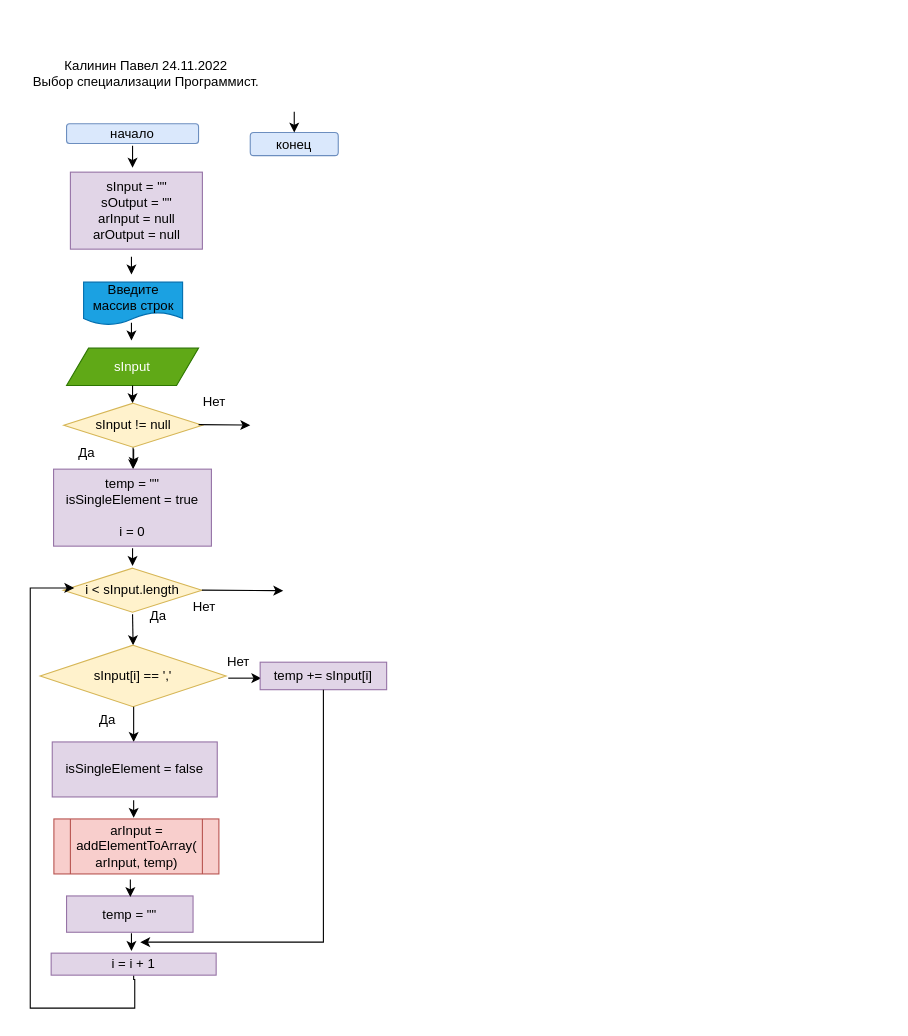
Above: Выбор специализации.drawio in KalininPavel74/ChoosingSpecialization (draw.io), before the change. Source tidied: cells renumbered, new cells numbered last; positions are measured from the earlier drawing's top-left corner, leaving out a move shared by most shapes. Both pictures are drawn from the tidied source at 110%, with x=0, y=0 at pixel (19, 19).
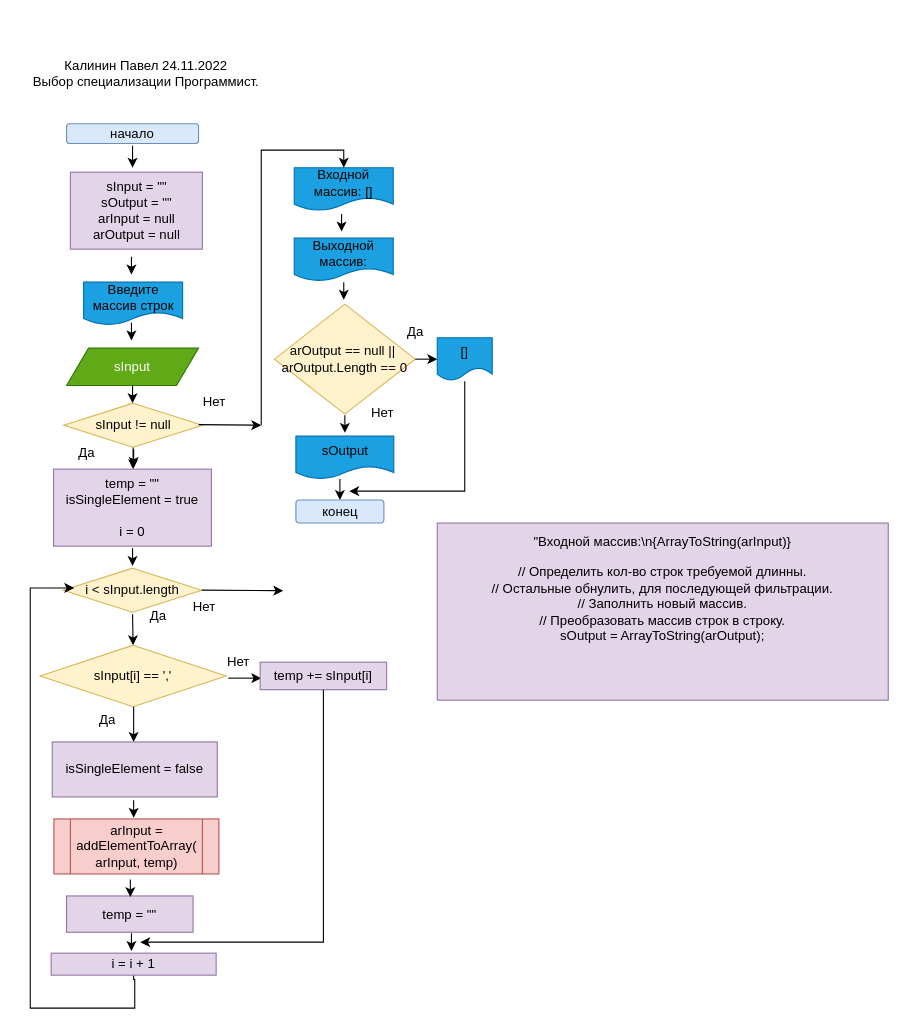
After the change.

Diff of the diagram source:
```diff
@@
     <mxCell id="6" value="конец" style="rounded=1;whiteSpace=wrap;html=1;fillColor=#dae8fc;strokeColor=#6c8ebf;" parent="1" vertex="1">
-      <mxGeometry x="210" y="103" width="80" height="21" as="geometry" />
+      <mxGeometry x="251.5" y="437" width="80" height="21" as="geometry" />
     </mxCell>
     <mxCell id="7" style="endArrow=classic;html=1;rounded=0;exitX=0.5;exitY=1;exitDx=0;exitDy=0;exitPerimeter=0;entryX=0.5;entryY=0;entryDx=0;entryDy=0;" parent="1" edge="1" target="6">
       <mxGeometry relative="1" as="geometry">
-        <mxPoint x="250" y="84" as="sourcePoint" />
+        <mxPoint x="291.5" y="418" as="sourcePoint" />
       </mxGeometry>
     </mxCell>
@@
     <mxCell id="32" style="endArrow=classic;html=1;rounded=0;exitX=1;exitY=0.5;exitDx=0;exitDy=0;" parent="1" edge="1">
       <mxGeometry relative="1" as="geometry">
         <mxPoint x="163" y="368.5" as="sourcePoint" />
-        <mxPoint x="210" y="369" as="targetPoint" />
+        <mxPoint x="220" y="369" as="targetPoint" />
       </mxGeometry>
     </mxCell>
@@
+    <mxCell id="41" value="&lt;span style=&quot;color: rgb(0, 0, 0);&quot;&gt;Входной массив: []&lt;br&gt;&lt;/span&gt;" style="shape=document;whiteSpace=wrap;html=1;boundedLbl=1;fillColor=#1ba1e2;fontColor=#ffffff;strokeColor=#006EAF;" parent="1" vertex="1">
+      <mxGeometry x="250" y="135" width="90" height="39" as="geometry" />
+    </mxCell>
+    <mxCell id="42" style="endArrow=classic;html=1;rounded=0;entryX=0.5;entryY=0;entryDx=0;entryDy=0;" parent="1" edge="1" target="41">
+      <mxGeometry relative="1" as="geometry">
+        <mxPoint x="220" y="369" as="sourcePoint" />
+        <Array as="points">
+          <mxPoint x="220" y="119" />
+          <mxPoint x="295" y="119" />
+        </Array>
+      </mxGeometry>
+    </mxCell>
+    <mxCell id="43" value="arOutput == null ||&amp;nbsp;&lt;br&gt;arOutput.Length == 0&lt;br&gt;" style="rhombus;whiteSpace=wrap;html=1;fillColor=#fff2cc;strokeColor=#d6b656;" parent="1" vertex="1">
+      <mxGeometry x="232" y="259" width="128" height="100" as="geometry" />
+    </mxCell>
+    <mxCell id="44" style="endArrow=classic;html=1;rounded=0;entryX=0.5;entryY=0;entryDx=0;entryDy=0;exitX=0.5;exitY=1;exitDx=0;exitDy=0;" parent="1" edge="1">
+      <mxGeometry relative="1" as="geometry">
+        <mxPoint x="295" y="239" as="sourcePoint" />
+        <mxPoint x="295" y="255" as="targetPoint" />
+      </mxGeometry>
+    </mxCell>
+    <mxCell id="45" value="&lt;span style=&quot;color: rgb(0, 0, 0);&quot;&gt;Выходной массив:&lt;br&gt;&lt;/span&gt;" style="shape=document;whiteSpace=wrap;html=1;boundedLbl=1;fillColor=#1ba1e2;fontColor=#ffffff;strokeColor=#006EAF;" parent="1" vertex="1">
+      <mxGeometry x="250" y="199" width="90" height="39" as="geometry" />
+    </mxCell>
+    <mxCell id="46" style="endArrow=classic;html=1;rounded=0;entryX=0.5;entryY=0;entryDx=0;entryDy=0;exitX=0.5;exitY=1;exitDx=0;exitDy=0;" parent="1" edge="1">
+      <mxGeometry relative="1" as="geometry">
+        <mxPoint x="293" y="177" as="sourcePoint" />
+        <mxPoint x="293" y="193" as="targetPoint" />
+      </mxGeometry>
+    </mxCell>
+    <mxCell id="47" value="&lt;span style=&quot;color: rgb(0, 0, 0);&quot;&gt;[]&lt;br&gt;&lt;/span&gt;" style="shape=document;whiteSpace=wrap;html=1;boundedLbl=1;fillColor=#1ba1e2;fontColor=#ffffff;strokeColor=#006EAF;" parent="1" vertex="1">
+      <mxGeometry x="380" y="289.5" width="50" height="39" as="geometry" />
+    </mxCell>
+    <mxCell id="48" value="&lt;span style=&quot;color: rgb(0, 0, 0);&quot;&gt;sOutput&lt;br&gt;&lt;/span&gt;" style="shape=document;whiteSpace=wrap;html=1;boundedLbl=1;fillColor=#1ba1e2;fontColor=#ffffff;strokeColor=#006EAF;" parent="1" vertex="1">
+      <mxGeometry x="251.5" y="379" width="89" height="39" as="geometry" />
+    </mxCell>
+    <mxCell id="49" style="endArrow=classic;html=1;rounded=0;entryX=0.5;entryY=0;entryDx=0;entryDy=0;exitX=0.5;exitY=1;exitDx=0;exitDy=0;" parent="1" edge="1">
+      <mxGeometry relative="1" as="geometry">
+        <mxPoint x="296" y="360" as="sourcePoint" />
+        <mxPoint x="296" y="376" as="targetPoint" />
+      </mxGeometry>
+    </mxCell>
+    <mxCell id="50" value="Да" style="text;html=1;align=center;verticalAlign=middle;strokeColor=none;fillColor=none;" parent="1" vertex="1">
+      <mxGeometry x="340" y="269" width="40" height="30" as="geometry" />
+    </mxCell>
+    <mxCell id="51" value="Нет" style="text;html=1;align=center;verticalAlign=middle;strokeColor=none;fillColor=none;" parent="1" vertex="1">
+      <mxGeometry x="310" y="343" width="40" height="30" as="geometry" />
+    </mxCell>
+    <mxCell id="52" style="endArrow=classic;html=1;rounded=0;entryX=0;entryY=0.5;entryDx=0;entryDy=0;exitX=1;exitY=0.5;exitDx=0;exitDy=0;" parent="1" edge="1" source="43" target="47">
+      <mxGeometry relative="1" as="geometry" />
+    </mxCell>
+    <mxCell id="53" style="endArrow=classic;html=1;rounded=0;exitX=0.5;exitY=1;exitDx=0;exitDy=0;" parent="1" edge="1">
+      <mxGeometry relative="1" as="geometry">
+        <mxPoint x="405" y="329" as="sourcePoint" />
+        <mxPoint x="300" y="429" as="targetPoint" />
+        <Array as="points">
+          <mxPoint x="405" y="429" />
+        </Array>
+      </mxGeometry>
+    </mxCell>
+    <mxCell id="54" value="&lt;div&gt;&lt;br&gt;&lt;/div&gt;&lt;div&gt;&lt;br&gt;&lt;/div&gt;&lt;div&gt;&quot;Входной массив:\n{ArrayToString(arInput)}&lt;/div&gt;&lt;div&gt;&lt;br&gt;&lt;/div&gt;&lt;div&gt;// Определить кол-во строк требуемой длинны.&lt;/div&gt;&lt;div&gt;// Остальные обнулить, для последующей фильтрации.&lt;/div&gt;&lt;div&gt;// Заполнить новый массив.&lt;/div&gt;&lt;div&gt;// Преобразовать массив строк в строку.&lt;/div&gt;&lt;div&gt;sOutput = ArrayToString(arOutput);&lt;/div&gt;&lt;div&gt;&lt;br&gt;&lt;/div&gt;&lt;div&gt;&lt;br&gt;&lt;/div&gt;&lt;div&gt;&lt;br&gt;&lt;/div&gt;&lt;div&gt;&lt;br&gt;&lt;/div&gt;&lt;div&gt;&lt;br&gt;&lt;/div&gt;" style="rounded=0;whiteSpace=wrap;html=1;fillColor=#e1d5e7;strokeColor=#9673a6;" parent="1" vertex="1">
+      <mxGeometry x="380" y="458" width="410" height="161" as="geometry" />
+    </mxCell>
```
